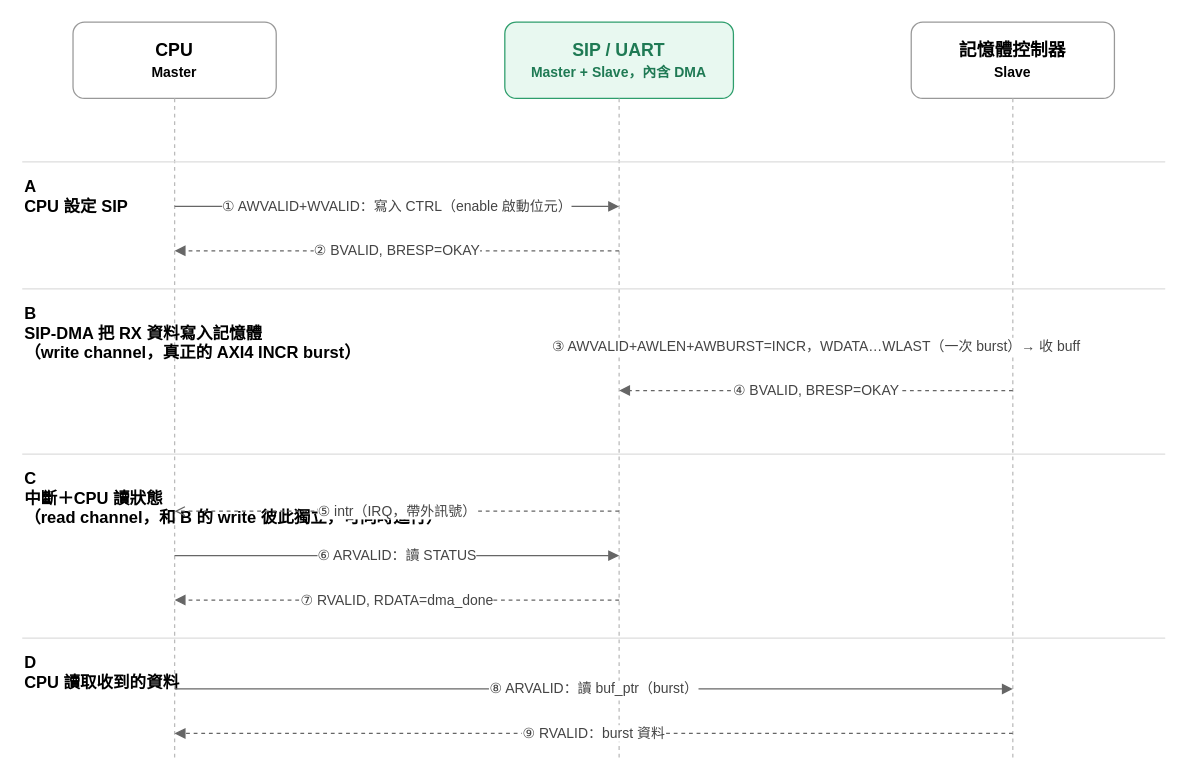
The draw.io diagram HW1/Upload/axi_msc.drawio in shj-F115112128/SOC_Practice, before the edit. Source tidied: cells renumbered, new cells numbered last; positions are measured from the earlier drawing's top-left corner, leaving out a move shared by most shapes. Both pictures are drawn from the tidied source at 127%, with x=0, y=0 at pixel (22, 22).
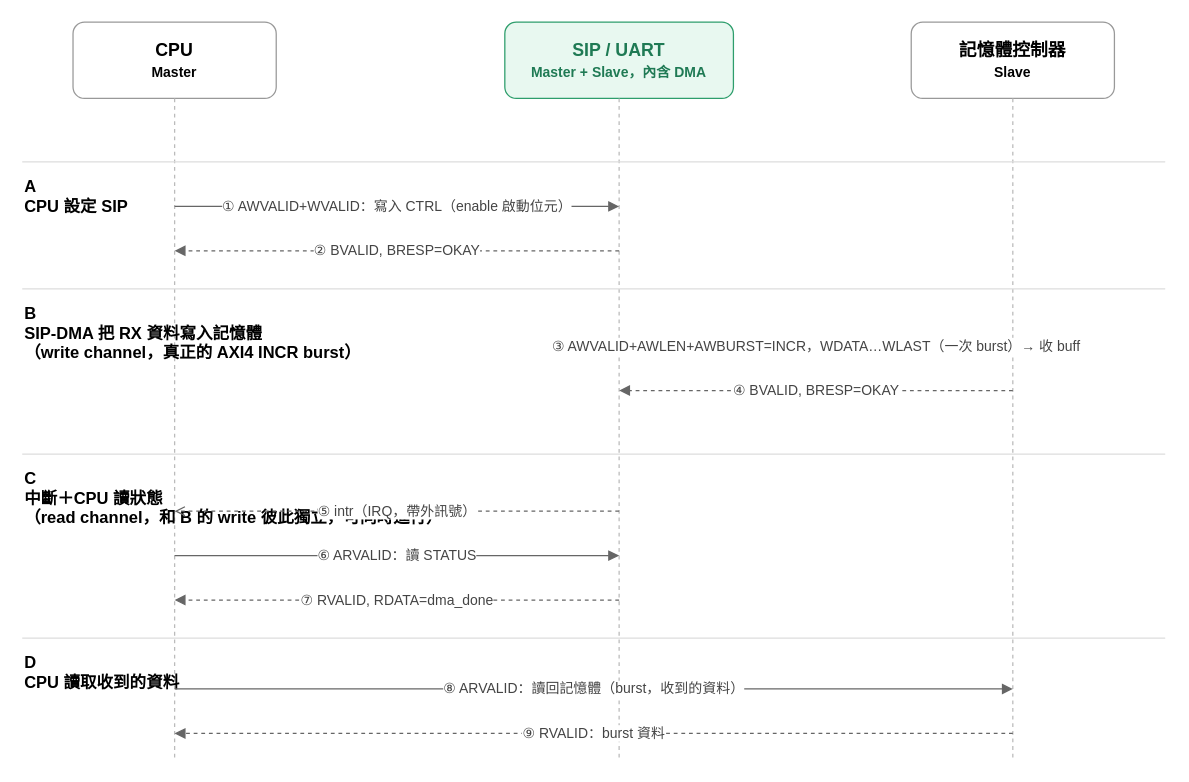
The same diagram, later.

Commit message (it also covers changes not shown here):
Drop fictional "buf_ptr" name from AXI MSC phase D

No such signal/register exists anywhere in the RTL or testbenches;
reword to match the AHB MSC's accurate phrasing for the same readback
step ("讀回記憶體…burst，收到的資料").

Change to the diagram source:
```diff
@@
-    <mxCell id="23" value="⑧ ARVALID：讀 buf_ptr（burst）" style="html=1;endArrow=block;strokeColor=#666666;fontSize=11;fontColor=#444444;labelBackgroundColor=#ffffff;" parent="1" edge="1">
+    <mxCell id="23" value="⑧ ARVALID：讀回記憶體（burst，收到的資料）" style="html=1;endArrow=block;strokeColor=#666666;fontSize=11;fontColor=#444444;labelBackgroundColor=#ffffff;" parent="1" edge="1">
       <mxGeometry relative="1" as="geometry">
         <mxPoint x="120" y="525" as="sourcePoint" />
         <mxPoint x="780" y="525" as="targetPoint" />
       </mxGeometry>
     </mxCell>
```
